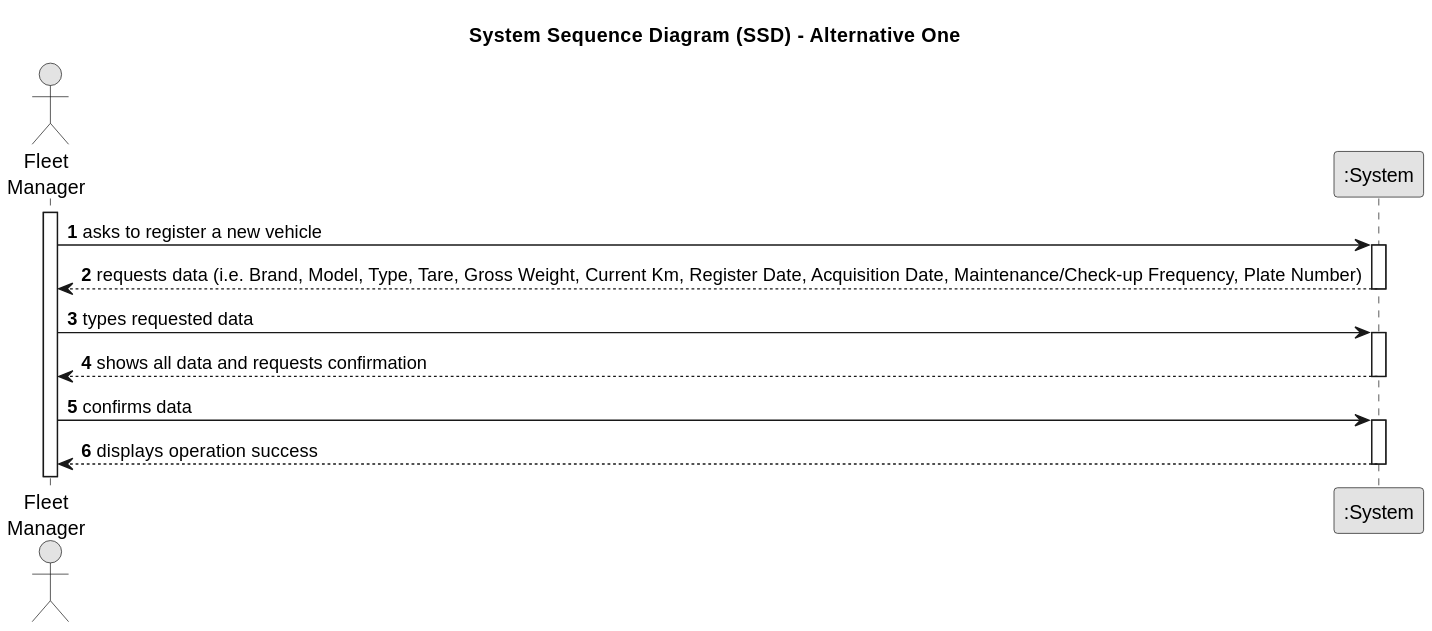
The PlantUML diagram docs/sprintA/us006/01.requirements-engineering/svg/us006-system-sequence-diagram-alternative-one.svg in daniel41silva05/ISEP_2023_2024_LAPR2, before a commit.
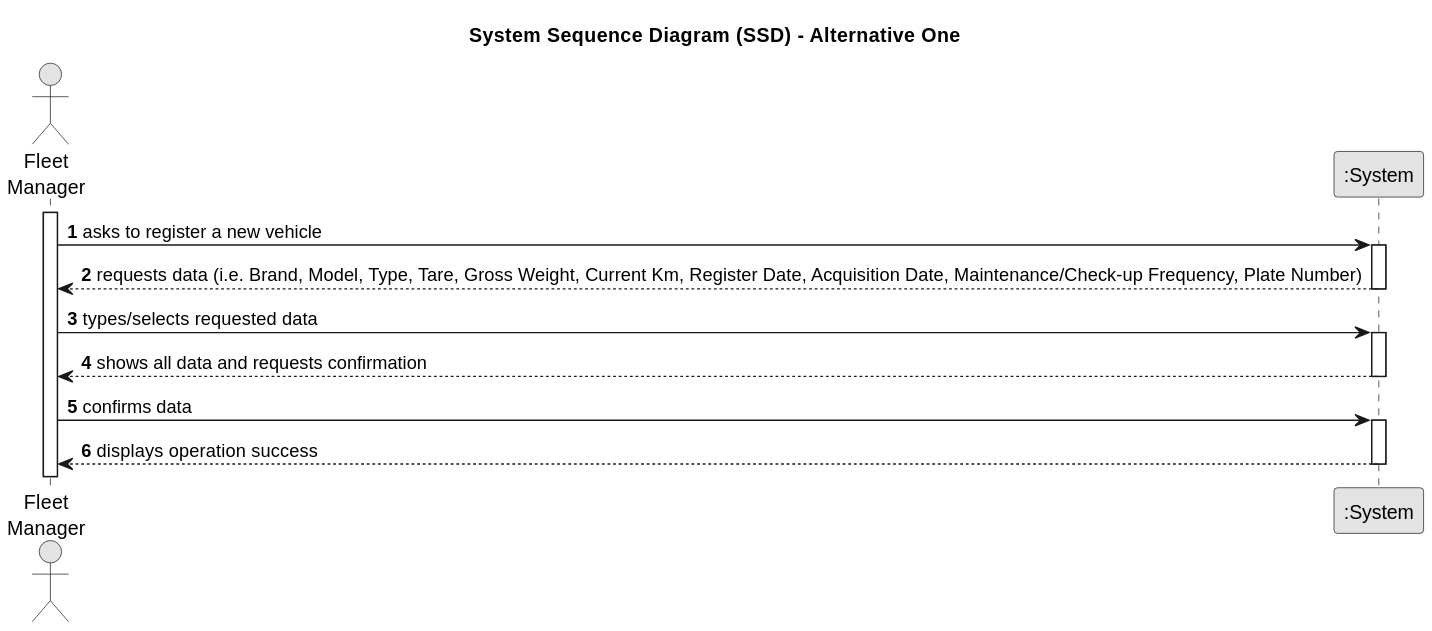
After the change.

What changed in the source:
```diff
@@ -18,7 +18,7 @@
         System --> FM : requests data (i.e. Brand, Model, Type, Tare, Gross Weight, Current Km, Register Date, Acquisition Date, Maintenance/Check-up Frequency, Plate Number)
     deactivate System
 
-    FM -> System : types requested data
+    FM -> System : types/selects requested data
     activate System
 
         System --> FM : shows all data and requests confirmation
```
